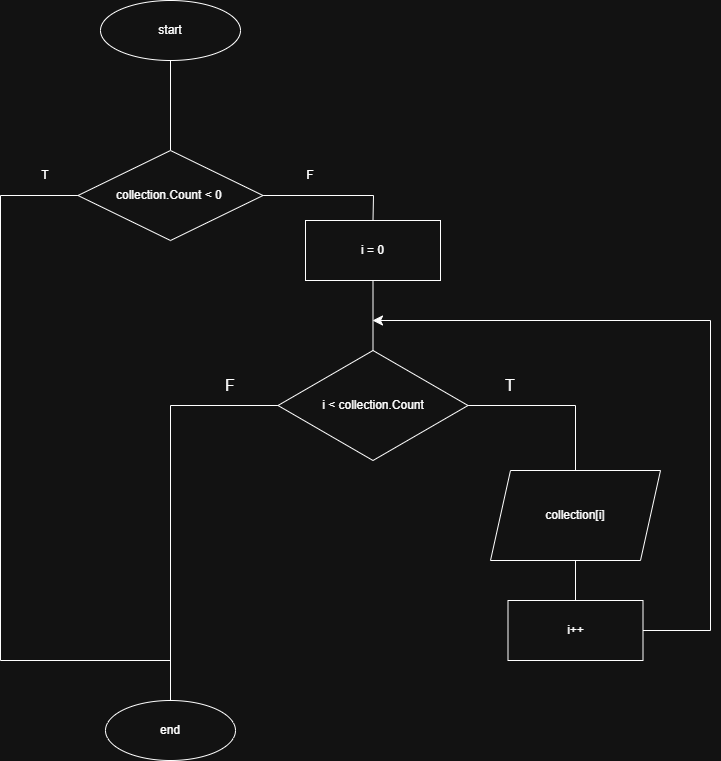
Above: PrintCollection.drawio.png in mashazaigraeva/Zaigraeva-kp-52-lab1 (draw.io), before the change. Source tidied: cells renumbered, new cells last; positions are measured from the earlier drawing's top-left corner, leaving out a move shared by most shapes. Its diagram source:
```xml
<mxGraphModel>
  <root>
    <mxCell id="0" />
    <mxCell id="1" parent="0" />
    <mxCell id="2" style="edgeStyle=none;curved=1;rounded=0;jettySize=auto;html=1;entryX=0.5;entryY=0;entryDx=0;entryDy=0;fontSize=12;startSize=8;endSize=8;endArrow=none;endFill=0;" parent="1" edge="1" source="3" target="7">
      <mxGeometry relative="1" as="geometry" />
    </mxCell>
    <mxCell id="3" value="start" style="ellipse;whiteSpace=wrap;html=1;" parent="1" vertex="1">
      <mxGeometry x="100" width="140" height="60" as="geometry" />
    </mxCell>
    <mxCell id="4" value="end" style="ellipse;whiteSpace=wrap;html=1;" parent="1" vertex="1">
      <mxGeometry x="105" y="700" width="130" height="60" as="geometry" />
    </mxCell>
    <mxCell id="5" style="rounded=0;jettySize=auto;html=1;entryX=0.5;entryY=0;entryDx=0;entryDy=0;fontSize=12;startSize=8;endSize=8;endArrow=none;endFill=0;edgeStyle=orthogonalEdgeStyle;" parent="1" edge="1" source="7" target="4">
      <mxGeometry relative="1" as="geometry">
        <Array as="points">
          <mxPoint y="195" />
          <mxPoint y="660" />
          <mxPoint x="170" y="660" />
        </Array>
      </mxGeometry>
    </mxCell>
    <mxCell id="6" style="edgeStyle=none;curved=0;rounded=0;jettySize=auto;html=1;entryX=0.5;entryY=0;entryDx=0;entryDy=0;fontSize=12;startSize=8;endSize=8;endArrow=none;endFill=0;" parent="1" edge="1" source="7" target="14">
      <mxGeometry relative="1" as="geometry">
        <Array as="points">
          <mxPoint x="373" y="195" />
        </Array>
      </mxGeometry>
    </mxCell>
    <mxCell id="7" value="collection.Count &amp;lt; 0&amp;nbsp;" style="rhombus;whiteSpace=wrap;html=1;" parent="1" vertex="1">
      <mxGeometry x="77.5" y="150" width="185" height="90" as="geometry" />
    </mxCell>
    <mxCell id="8" style="edgeStyle=orthogonalEdgeStyle;rounded=0;jettySize=auto;html=1;entryX=0.5;entryY=0;entryDx=0;entryDy=0;fontSize=12;startSize=8;endSize=8;endArrow=none;endFill=0;" parent="1" edge="1" source="10" target="16">
      <mxGeometry relative="1" as="geometry" />
    </mxCell>
    <mxCell id="9" style="edgeStyle=orthogonalEdgeStyle;rounded=0;jettySize=auto;html=1;entryX=0.5;entryY=0;entryDx=0;entryDy=0;fontSize=12;startSize=8;endSize=8;endArrow=none;endFill=0;" parent="1" edge="1" source="10" target="4">
      <mxGeometry relative="1" as="geometry" />
    </mxCell>
    <mxCell id="10" value="i &amp;lt; collection.Count" style="rhombus;whiteSpace=wrap;html=1;" parent="1" vertex="1">
      <mxGeometry x="277.5" y="350" width="190" height="110" as="geometry" />
    </mxCell>
    <mxCell id="11" value="T" style="text;html=1;whiteSpace=wrap;strokeColor=none;fillColor=none;align=center;verticalAlign=middle;rounded=0;" parent="1" vertex="1">
      <mxGeometry y="150" width="90" height="50" as="geometry" />
    </mxCell>
    <mxCell id="12" value="F" style="text;html=1;whiteSpace=wrap;strokeColor=none;fillColor=none;align=center;verticalAlign=middle;rounded=0;" parent="1" vertex="1">
      <mxGeometry x="280" y="160" width="60" height="30" as="geometry" />
    </mxCell>
    <mxCell id="13" style="edgeStyle=none;curved=1;rounded=0;jettySize=auto;html=1;entryX=0.5;entryY=0;entryDx=0;entryDy=0;fontSize=12;startSize=8;endSize=8;endArrow=none;endFill=0;" parent="1" edge="1" source="14" target="10">
      <mxGeometry relative="1" as="geometry" />
    </mxCell>
    <mxCell id="14" value="i = 0" style="rounded=0;whiteSpace=wrap;html=1;" parent="1" vertex="1">
      <mxGeometry x="305" y="220" width="135" height="60" as="geometry" />
    </mxCell>
    <mxCell id="15" style="edgeStyle=none;curved=1;rounded=0;jettySize=auto;html=1;entryX=0.5;entryY=0;entryDx=0;entryDy=0;fontSize=12;startSize=8;endSize=8;endArrow=none;endFill=0;" parent="1" edge="1" source="16" target="18">
      <mxGeometry relative="1" as="geometry" />
    </mxCell>
    <mxCell id="16" value="collection[i]" style="shape=parallelogram;perimeter=parallelogramPerimeter;whiteSpace=wrap;html=1;fixedSize=1;" parent="1" vertex="1">
      <mxGeometry x="490" y="470" width="170" height="90" as="geometry" />
    </mxCell>
    <mxCell id="17" style="edgeStyle=orthogonalEdgeStyle;rounded=0;jettySize=auto;html=1;fontSize=12;startSize=8;endSize=8;" parent="1" edge="1" source="18">
      <mxGeometry relative="1" as="geometry">
        <mxPoint x="372" y="320" as="targetPoint" />
        <Array as="points">
          <mxPoint x="710" y="630" />
          <mxPoint x="710" y="320" />
        </Array>
      </mxGeometry>
    </mxCell>
    <mxCell id="18" value="i++" style="rounded=0;whiteSpace=wrap;html=1;" parent="1" vertex="1">
      <mxGeometry x="507.5" y="600" width="135" height="60" as="geometry" />
    </mxCell>
    <mxCell id="19" value="T" style="text;html=1;whiteSpace=wrap;strokeColor=none;fillColor=none;align=center;verticalAlign=middle;rounded=0;fontSize=16;" parent="1" vertex="1">
      <mxGeometry x="480" y="370" width="60" height="30" as="geometry" />
    </mxCell>
    <mxCell id="20" value="F" style="text;html=1;whiteSpace=wrap;strokeColor=none;fillColor=none;align=center;verticalAlign=middle;rounded=0;fontSize=16;" parent="1" vertex="1">
      <mxGeometry x="200" y="370" width="60" height="30" as="geometry" />
    </mxCell>
  </root>
</mxGraphModel>
```
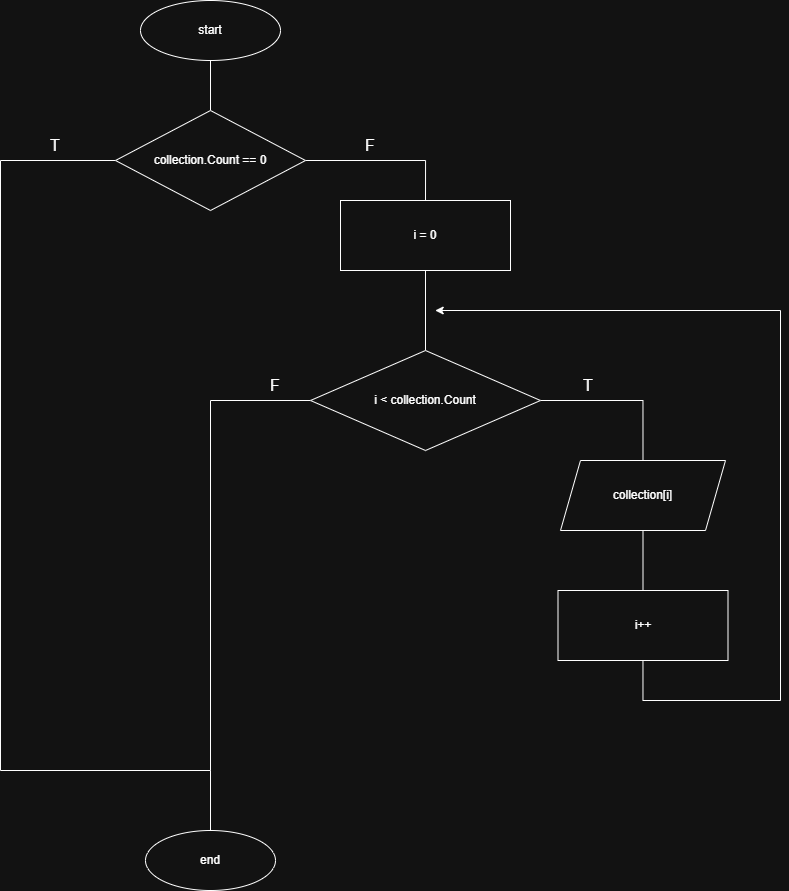
After the change.

What changed in the source:
```diff
@@ -2,78 +2,87 @@
   <root>
     <mxCell id="0" />
     <mxCell id="1" parent="0" />
-    <mxCell id="2" style="edgeStyle=none;curved=1;rounded=0;jettySize=auto;html=1;entryX=0.5;entryY=0;entryDx=0;entryDy=0;fontSize=12;startSize=8;endSize=8;endArrow=none;endFill=0;" parent="1" edge="1" source="3" target="7">
-      <mxGeometry relative="1" as="geometry" />
-    </mxCell>
+    <mxCell id="21" style="edgeStyle=orthogonalEdgeStyle;rounded=0;jettySize=auto;html=1;entryX=0.5;entryY=0;entryDx=0;entryDy=0;endArrow=none;endFill=0;" parent="1" edge="1" source="3" target="24">
+      <mxGeometry relative="1" as="geometry" />
+    </mxCell>
     <mxCell id="3" value="start" style="ellipse;whiteSpace=wrap;html=1;" parent="1" vertex="1">
-      <mxGeometry x="100" width="140" height="60" as="geometry" />
+      <mxGeometry x="100" y="280" width="140" height="60" as="geometry" />
     </mxCell>
     <mxCell id="4" value="end" style="ellipse;whiteSpace=wrap;html=1;" parent="1" vertex="1">
-      <mxGeometry x="105" y="700" width="130" height="60" as="geometry" />
+      <mxGeometry x="105" y="1110" width="130" height="60" as="geometry" />
     </mxCell>
-    <mxCell id="5" style="rounded=0;jettySize=auto;html=1;entryX=0.5;entryY=0;entryDx=0;entryDy=0;fontSize=12;startSize=8;endSize=8;endArrow=none;endFill=0;edgeStyle=orthogonalEdgeStyle;" parent="1" edge="1" source="7" target="4">
-      <mxGeometry relative="1" as="geometry">
-        <Array as="points">
-          <mxPoint y="195" />
-          <mxPoint y="660" />
-          <mxPoint x="170" y="660" />
-        </Array>
-      </mxGeometry>
-    </mxCell>
-    <mxCell id="6" style="edgeStyle=none;curved=0;rounded=0;jettySize=auto;html=1;entryX=0.5;entryY=0;entryDx=0;entryDy=0;fontSize=12;startSize=8;endSize=8;endArrow=none;endFill=0;" parent="1" edge="1" source="7" target="14">
-      <mxGeometry relative="1" as="geometry">
-        <Array as="points">
-          <mxPoint x="373" y="195" />
-        </Array>
-      </mxGeometry>
-    </mxCell>
-    <mxCell id="7" value="collection.Count &amp;lt; 0&amp;nbsp;" style="rhombus;whiteSpace=wrap;html=1;" parent="1" vertex="1">
-      <mxGeometry x="77.5" y="150" width="185" height="90" as="geometry" />
-    </mxCell>
-    <mxCell id="8" style="edgeStyle=orthogonalEdgeStyle;rounded=0;jettySize=auto;html=1;entryX=0.5;entryY=0;entryDx=0;entryDy=0;fontSize=12;startSize=8;endSize=8;endArrow=none;endFill=0;" parent="1" edge="1" source="10" target="16">
-      <mxGeometry relative="1" as="geometry" />
-    </mxCell>
-    <mxCell id="9" style="edgeStyle=orthogonalEdgeStyle;rounded=0;jettySize=auto;html=1;entryX=0.5;entryY=0;entryDx=0;entryDy=0;fontSize=12;startSize=8;endSize=8;endArrow=none;endFill=0;" parent="1" edge="1" source="10" target="4">
-      <mxGeometry relative="1" as="geometry" />
-    </mxCell>
-    <mxCell id="10" value="i &amp;lt; collection.Count" style="rhombus;whiteSpace=wrap;html=1;" parent="1" vertex="1">
-      <mxGeometry x="277.5" y="350" width="190" height="110" as="geometry" />
-    </mxCell>
-    <mxCell id="11" value="T" style="text;html=1;whiteSpace=wrap;strokeColor=none;fillColor=none;align=center;verticalAlign=middle;rounded=0;" parent="1" vertex="1">
-      <mxGeometry y="150" width="90" height="50" as="geometry" />
-    </mxCell>
-    <mxCell id="12" value="F" style="text;html=1;whiteSpace=wrap;strokeColor=none;fillColor=none;align=center;verticalAlign=middle;rounded=0;" parent="1" vertex="1">
-      <mxGeometry x="280" y="160" width="60" height="30" as="geometry" />
-    </mxCell>
+    <mxCell id="15" style="edgeStyle=none;curved=1;rounded=0;orthogonalLoop=1;jettySize=auto;html=1;entryX=0.5;entryY=0;entryDx=0;entryDy=0;fontSize=12;startSize=8;endSize=8;endArrow=none;endFill=0;" parent="1" edge="1">
+      <mxGeometry relative="1" as="geometry">
+        <mxPoint x="575" y="560" as="sourcePoint" />
+      </mxGeometry>
+    </mxCell>
+    <mxCell id="22" style="edgeStyle=orthogonalEdgeStyle;rounded=0;jettySize=auto;html=1;entryX=0.5;entryY=0;entryDx=0;entryDy=0;fontSize=12;startSize=8;endSize=8;endArrow=none;endFill=0;" parent="1" edge="1" source="24" target="4">
+      <mxGeometry relative="1" as="geometry">
+        <Array as="points">
+          <mxPoint x="-40" y="440" />
+          <mxPoint x="-40" y="1050" />
+          <mxPoint x="170" y="1050" />
+        </Array>
+      </mxGeometry>
+    </mxCell>
+    <mxCell id="23" style="edgeStyle=orthogonalEdgeStyle;rounded=0;jettySize=auto;html=1;entryX=0.5;entryY=0;entryDx=0;entryDy=0;endArrow=none;endFill=0;" parent="1" edge="1" source="24" target="14">
+      <mxGeometry relative="1" as="geometry" />
+    </mxCell>
+    <mxCell id="24" value="collection.Count == 0" style="rhombus;whiteSpace=wrap;html=1;" parent="1" vertex="1">
+      <mxGeometry x="75" y="390" width="190" height="100" as="geometry" />
+    </mxCell>
-    <mxCell id="13" style="edgeStyle=none;curved=1;rounded=0;jettySize=auto;html=1;entryX=0.5;entryY=0;entryDx=0;entryDy=0;fontSize=12;startSize=8;endSize=8;endArrow=none;endFill=0;" parent="1" edge="1" source="14" target="10">
+    <mxCell id="13" style="edgeStyle=orthogonalEdgeStyle;rounded=0;jettySize=auto;html=1;entryX=0.5;entryY=0;entryDx=0;entryDy=0;endArrow=none;endFill=0;" parent="1" edge="1" source="14" target="10">
       <mxGeometry relative="1" as="geometry" />
     </mxCell>
     <mxCell id="14" value="i = 0" style="rounded=0;whiteSpace=wrap;html=1;" parent="1" vertex="1">
-      <mxGeometry x="305" y="220" width="135" height="60" as="geometry" />
+      <mxGeometry x="300" y="480" width="170" height="70" as="geometry" />
     </mxCell>
-    <mxCell id="15" style="edgeStyle=none;curved=1;rounded=0;jettySize=auto;html=1;entryX=0.5;entryY=0;entryDx=0;entryDy=0;fontSize=12;startSize=8;endSize=8;endArrow=none;endFill=0;" parent="1" edge="1" source="16" target="18">
-      <mxGeometry relative="1" as="geometry" />
-    </mxCell>
+    <mxCell id="8" style="edgeStyle=orthogonalEdgeStyle;rounded=0;jettySize=auto;html=1;entryX=0.5;entryY=0;entryDx=0;entryDy=0;fontSize=12;startSize=8;endSize=8;endArrow=none;endFill=0;" parent="1" edge="1" source="10" target="16">
+      <mxGeometry relative="1" as="geometry" />
+    </mxCell>
+    <mxCell id="25" style="edgeStyle=orthogonalEdgeStyle;rounded=0;jettySize=auto;html=1;fontSize=12;startSize=8;endSize=8;endArrow=none;endFill=0;" parent="1" edge="1" source="10">
+      <mxGeometry relative="1" as="geometry">
+        <mxPoint x="170" y="1050" as="targetPoint" />
+        <Array as="points">
+          <mxPoint x="170" y="680" />
+        </Array>
+      </mxGeometry>
+    </mxCell>
+    <mxCell id="10" value="i &amp;lt; collection.Count" style="rhombus;whiteSpace=wrap;html=1;" parent="1" vertex="1">
+      <mxGeometry x="270" y="630" width="230" height="100" as="geometry" />
+    </mxCell>
+    <mxCell id="26" style="edgeStyle=none;curved=1;rounded=0;jettySize=auto;html=1;entryX=0.5;entryY=0;entryDx=0;entryDy=0;fontSize=12;startSize=8;endSize=8;endArrow=none;endFill=0;" parent="1" edge="1" source="16">
+      <mxGeometry relative="1" as="geometry">
+        <mxPoint x="602.5" y="870" as="targetPoint" />
+      </mxGeometry>
+    </mxCell>
     <mxCell id="16" value="collection[i]" style="shape=parallelogram;perimeter=parallelogramPerimeter;whiteSpace=wrap;html=1;fixedSize=1;" parent="1" vertex="1">
-      <mxGeometry x="490" y="470" width="170" height="90" as="geometry" />
+      <mxGeometry x="520" y="740" width="165" height="70" as="geometry" />
     </mxCell>
-    <mxCell id="17" style="edgeStyle=orthogonalEdgeStyle;rounded=0;jettySize=auto;html=1;fontSize=12;startSize=8;endSize=8;" parent="1" edge="1" source="18">
-      <mxGeometry relative="1" as="geometry">
-        <mxPoint x="372" y="320" as="targetPoint" />
-        <Array as="points">
-          <mxPoint x="710" y="630" />
-          <mxPoint x="710" y="320" />
-        </Array>
-      </mxGeometry>
-    </mxCell>
+    <mxCell id="27" style="edgeStyle=orthogonalEdgeStyle;rounded=0;jettySize=auto;html=1;" parent="1" edge="1" source="18">
+      <mxGeometry relative="1" as="geometry">
+        <mxPoint x="394.7" y="590" as="targetPoint" />
+        <Array as="points">
+          <mxPoint x="602" y="980" />
+          <mxPoint x="740" y="980" />
+          <mxPoint x="740" y="590" />
+        </Array>
+      </mxGeometry>
+    </mxCell>
     <mxCell id="18" value="i++" style="rounded=0;whiteSpace=wrap;html=1;" parent="1" vertex="1">
-      <mxGeometry x="507.5" y="600" width="135" height="60" as="geometry" />
+      <mxGeometry x="517.5" y="870" width="170" height="70" as="geometry" />
     </mxCell>
-    <mxCell id="19" value="T" style="text;html=1;whiteSpace=wrap;strokeColor=none;fillColor=none;align=center;verticalAlign=middle;rounded=0;fontSize=16;" parent="1" vertex="1">
-      <mxGeometry x="480" y="370" width="60" height="30" as="geometry" />
-    </mxCell>
-    <mxCell id="20" value="F" style="text;html=1;whiteSpace=wrap;strokeColor=none;fillColor=none;align=center;verticalAlign=middle;rounded=0;fontSize=16;" parent="1" vertex="1">
-      <mxGeometry x="200" y="370" width="60" height="30" as="geometry" />
-    </mxCell>
+    <mxCell id="28" value="F" style="text;html=1;whiteSpace=wrap;strokeColor=none;fillColor=none;align=center;verticalAlign=middle;rounded=0;fontSize=16;" parent="1" vertex="1">
+      <mxGeometry x="300" y="410" width="60" height="30" as="geometry" />
+    </mxCell>
+    <mxCell id="29" value="T" style="text;html=1;whiteSpace=wrap;strokeColor=none;fillColor=none;align=center;verticalAlign=middle;rounded=0;fontSize=16;" parent="1" vertex="1">
+      <mxGeometry x="-15" y="410" width="60" height="30" as="geometry" />
+    </mxCell>
+    <mxCell id="30" value="T" style="text;html=1;whiteSpace=wrap;strokeColor=none;fillColor=none;align=center;verticalAlign=middle;rounded=0;fontSize=16;" parent="1" vertex="1">
+      <mxGeometry x="517.5" y="650" width="60" height="30" as="geometry" />
+    </mxCell>
+    <mxCell id="31" value="F" style="text;html=1;whiteSpace=wrap;strokeColor=none;fillColor=none;align=center;verticalAlign=middle;rounded=0;fontSize=16;" parent="1" vertex="1">
+      <mxGeometry x="205" y="650" width="60" height="30" as="geometry" />
+    </mxCell>
   </root>
 </mxGraphModel>
```
